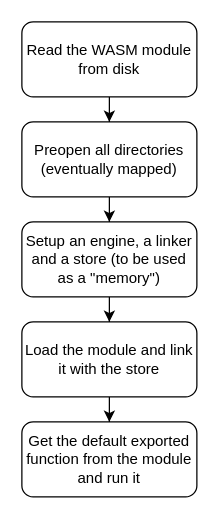
Before: assets/rs-landlock-wasm.drawio in micheleberetta98/msc-thesis, a draw.io diagram. Source tidied: cells renumbered, new cells numbered last; positions are measured from the earlier drawing's top-left corner, leaving out a move shared by most shapes. Both pictures are drawn from the tidied source at 125%, with x=0, y=0 at pixel (21, 21).
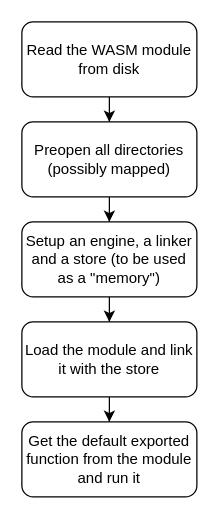
The same page after the edit.

Change to the diagram source:
```diff
@@
 <mxGraphModel>
   <root>
     <mxCell id="0" />
     <mxCell id="1" parent="0" />
     <mxCell id="2" style="edgeStyle=orthogonalEdgeStyle;rounded=0;jettySize=auto;html=1;" parent="1" edge="1" source="3" target="5">
       <mxGeometry relative="1" as="geometry" />
     </mxCell>
     <mxCell id="3" value="Read the WASM module from disk" style="rounded=1;whiteSpace=wrap;html=1;" parent="1" vertex="1">
       <mxGeometry width="140" height="60" as="geometry" />
     </mxCell>
     <mxCell id="4" style="edgeStyle=orthogonalEdgeStyle;rounded=0;jettySize=auto;html=1;" parent="1" edge="1" source="5" target="7">
       <mxGeometry relative="1" as="geometry" />
     </mxCell>
-    <mxCell id="5" value="Preopen all directories (eventually mapped)" style="whiteSpace=wrap;html=1;rounded=1;" parent="1" vertex="1">
+    <mxCell id="5" value="Preopen all directories (possibly mapped)" style="whiteSpace=wrap;html=1;rounded=1;" parent="1" vertex="1">
       <mxGeometry y="80" width="140" height="60" as="geometry" />
     </mxCell>
     <mxCell id="6" style="edgeStyle=orthogonalEdgeStyle;rounded=0;jettySize=auto;html=1;" parent="1" edge="1" source="7" target="9">
       <mxGeometry relative="1" as="geometry" />
     </mxCell>
     <mxCell id="7" value="Setup an engine, a linker and a store (to be used as a &quot;memory&quot;)" style="whiteSpace=wrap;html=1;rounded=1;" parent="1" vertex="1">
       <mxGeometry y="160" width="140" height="60" as="geometry" />
     </mxCell>
     <mxCell id="8" style="edgeStyle=orthogonalEdgeStyle;rounded=0;jettySize=auto;html=1;" parent="1" edge="1" source="9" target="10">
       <mxGeometry relative="1" as="geometry" />
     </mxCell>
     <mxCell id="9" value="Load the module and link it with the store" style="whiteSpace=wrap;html=1;rounded=1;" parent="1" vertex="1">
       <mxGeometry y="240" width="140" height="60" as="geometry" />
     </mxCell>
     <mxCell id="10" value="Get the default exported function from the module and run it" style="whiteSpace=wrap;html=1;rounded=1;" parent="1" vertex="1">
       <mxGeometry y="320" width="140" height="60" as="geometry" />
     </mxCell>
   </root>
 </mxGraphModel>
```
